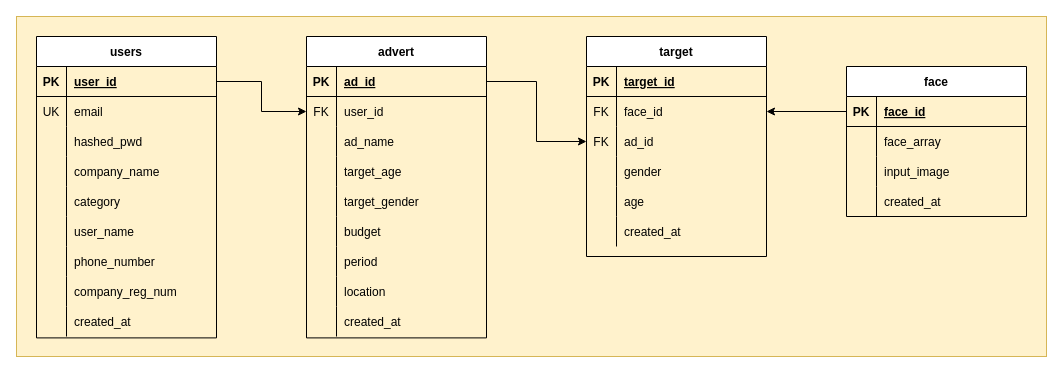
Before: AD_Databases.drawio in jaden7856/AD_Target_Architecture, a draw.io diagram. Source tidied: cells renumbered, new cells numbered last; positions are measured from the earlier drawing's top-left corner, leaving out a move shared by most shapes. Both pictures are drawn from the tidied source at 100%, with x=0, y=0 at pixel (16, 16).
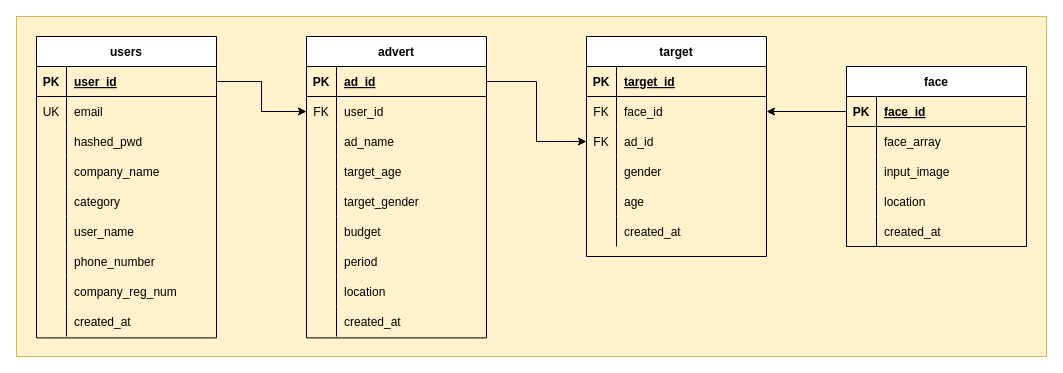
Above is the later version.

Change to the diagram source:
```diff
@@
     <mxCell id="78" value="face" style="shape=table;startSize=30;childLayout=tableLayout;rowLines=0;fontStyle=1;align=center;" parent="1" vertex="1">
-      <mxGeometry x="830" y="50" width="180" height="150" as="geometry" />
+      <mxGeometry x="830" y="50" width="180" height="180" as="geometry" />
     </mxCell>
@@
+    <mxCell id="94" style="shape=partialRectangle;fillColor=none;top=0;left=0;bottom=0;right=0;" parent="78" vertex="1">
+      <mxGeometry y="120" width="180" height="30" as="geometry" />
+    </mxCell>
+    <mxCell id="95" style="shape=partialRectangle;fillColor=none;top=0;left=0;bottom=0;right=0;overflow=hidden;" parent="94" vertex="1">
+      <mxGeometry width="30" height="30" as="geometry" />
+    </mxCell>
+    <mxCell id="96" value="location" style="shape=partialRectangle;fillColor=none;top=0;left=0;bottom=0;right=0;align=left;spacingLeft=6;overflow=hidden;" parent="94" vertex="1">
+      <mxGeometry x="30" width="150" height="30" as="geometry" />
+    </mxCell>
     <mxCell id="88" style="shape=partialRectangle;fillColor=none;top=0;left=0;bottom=0;right=0;" parent="78" vertex="1">
-      <mxGeometry y="120" width="180" height="30" as="geometry" />
+      <mxGeometry y="150" width="180" height="30" as="geometry" />
     </mxCell>
```
